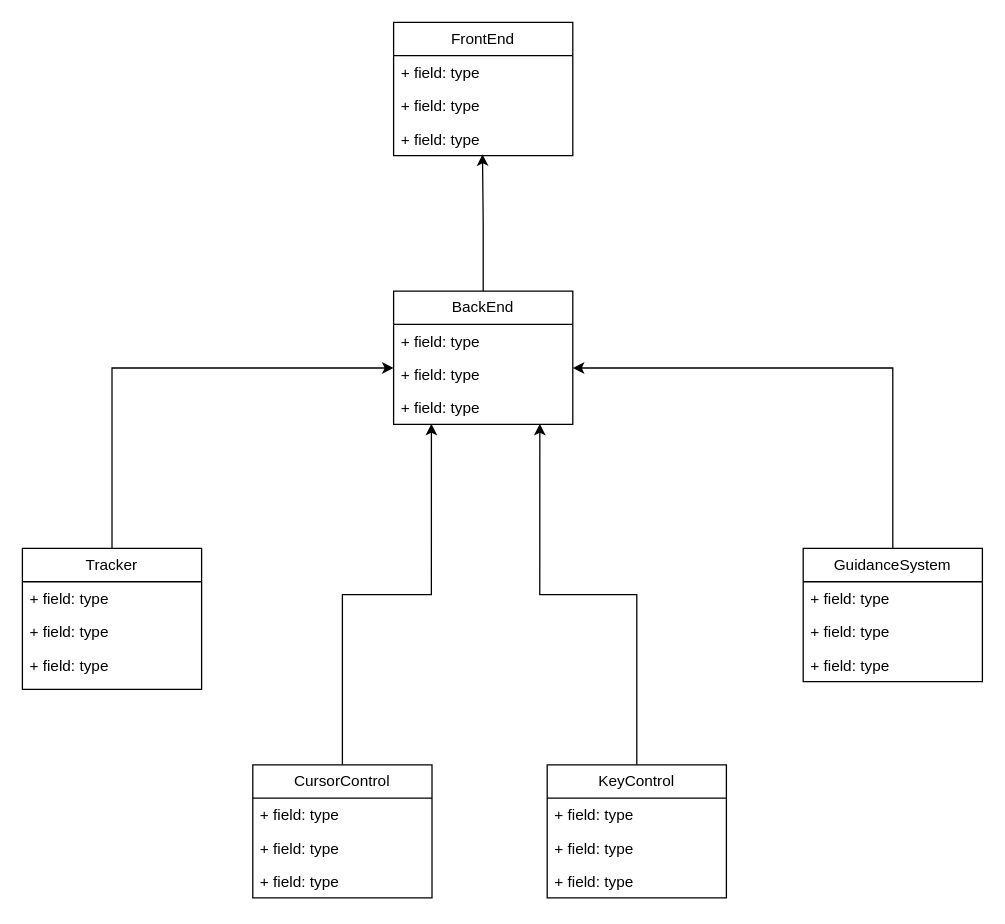
The draw.io diagram PGD_UML_CLASS.drawio in S-Khos/Precision-Guided-Loitering-Drone, before the edit. Source tidied: cells renumbered, new cells numbered last; positions are measured from the earlier drawing's top-left corner, leaving out a move shared by most shapes. Both pictures are drawn from the tidied source at 128%, with x=0, y=0 at pixel (22, 22).
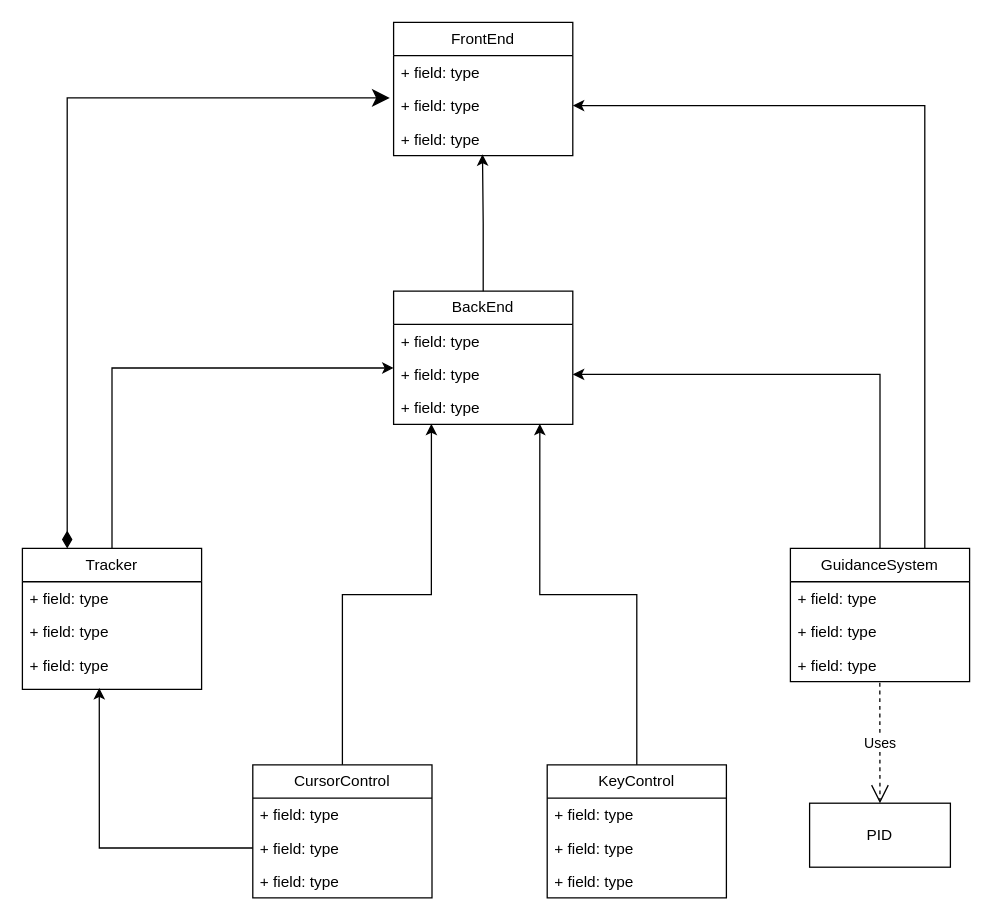
Above is the later version.

The change refers to these unchanged cells:
```xml
<mxCell id="5" value="+ field: type" style="text;strokeColor=none;fillColor=none;align=left;verticalAlign=top;spacingLeft=4;spacingRight=4;overflow=hidden;points=[[0,0.5],[1,0.5]];portConstraint=eastwest;whiteSpace=wrap;html=1;" parent="3" vertex="1">
  <mxGeometry y="52" width="140" height="26" as="geometry" />
</mxCell>
<mxCell id="9" value="+ field: type" style="text;strokeColor=none;fillColor=none;align=left;verticalAlign=top;spacingLeft=4;spacingRight=4;overflow=hidden;points=[[0,0.5],[1,0.5]];portConstraint=eastwest;whiteSpace=wrap;html=1;" parent="7" vertex="1">
  <mxGeometry y="52" width="140" height="26" as="geometry" />
</mxCell>
<mxCell id="12" value="Tracker" style="swimlane;fontStyle=0;horizontal=1;startSize=26;fillColor=none;whiteSpace=wrap;html=1;" parent="1" vertex="1">
  <mxGeometry y="411" width="140" height="110" as="geometry" />
</mxCell>
<mxCell id="15" value="+ field: type" style="text;strokeColor=none;fillColor=none;align=left;verticalAlign=top;spacingLeft=4;spacingRight=4;overflow=hidden;points=[[0,0.5],[1,0.5]];portConstraint=eastwest;whiteSpace=wrap;html=1;" parent="12" vertex="1">
  <mxGeometry y="78" width="140" height="32" as="geometry" />
</mxCell>
<mxCell id="20" value="+ field: type" style="text;strokeColor=none;fillColor=none;align=left;verticalAlign=top;spacingLeft=4;spacingRight=4;overflow=hidden;points=[[0,0.5],[1,0.5]];portConstraint=eastwest;whiteSpace=wrap;html=1;" parent="17" vertex="1">
  <mxGeometry y="78" width="140" height="26" as="geometry" />
</mxCell>
<mxCell id="29" value="+ field: type" style="text;strokeColor=none;fillColor=none;align=left;verticalAlign=top;spacingLeft=4;spacingRight=4;overflow=hidden;points=[[0,0.5],[1,0.5]];portConstraint=eastwest;whiteSpace=wrap;html=1;" parent="27" vertex="1">
  <mxGeometry y="52" width="140" height="26" as="geometry" />
</mxCell>
```

Diff of the diagram source:
```diff
@@
+    <mxCell id="31" style="edgeStyle=orthogonalEdgeStyle;rounded=0;jettySize=auto;html=1;exitX=0.25;exitY=0;exitDx=0;exitDy=0;entryX=-0.021;entryY=0.269;entryDx=0;entryDy=0;entryPerimeter=0;startArrow=diamondThin;startFill=1;endSize=11;startSize=11;" parent="1" edge="1" source="12" target="9">
+      <mxGeometry relative="1" as="geometry" />
+    </mxCell>
@@
-    <mxCell id="16" style="edgeStyle=orthogonalEdgeStyle;rounded=0;jettySize=auto;html=1;exitX=0.5;exitY=0;exitDx=0;exitDy=0;" parent="1" edge="1" source="17">
-      <mxGeometry relative="1" as="geometry">
-        <mxPoint x="430" y="270" as="targetPoint" />
-        <Array as="points">
-          <mxPoint x="680" y="270" />
-        </Array>
-      </mxGeometry>
-    </mxCell>
+    <mxCell id="32" style="edgeStyle=orthogonalEdgeStyle;rounded=0;jettySize=auto;html=1;exitX=0.75;exitY=0;exitDx=0;exitDy=0;entryX=1;entryY=0.5;entryDx=0;entryDy=0;" parent="1" edge="1" source="17" target="9">
+      <mxGeometry relative="1" as="geometry" />
+    </mxCell>
+    <mxCell id="33" style="edgeStyle=orthogonalEdgeStyle;rounded=0;jettySize=auto;html=1;exitX=0.5;exitY=0;exitDx=0;exitDy=0;" parent="1" edge="1" source="17" target="5">
+      <mxGeometry relative="1" as="geometry" />
+    </mxCell>
     <mxCell id="17" value="GuidanceSystem" style="swimlane;fontStyle=0;horizontal=1;startSize=26;fillColor=none;whiteSpace=wrap;html=1;" parent="1" vertex="1">
-      <mxGeometry x="610" y="411" width="140" height="104" as="geometry" />
+      <mxGeometry x="600" y="411" width="140" height="104" as="geometry" />
     </mxCell>
@@
+    <mxCell id="34" style="edgeStyle=orthogonalEdgeStyle;rounded=0;jettySize=auto;html=1;entryX=0.429;entryY=0.969;entryDx=0;entryDy=0;entryPerimeter=0;" parent="1" edge="1" source="29" target="15">
+      <mxGeometry relative="1" as="geometry" />
+    </mxCell>
+    <mxCell id="35" value="PID" style="html=1;whiteSpace=wrap;" parent="1" vertex="1">
+      <mxGeometry x="615" y="610" width="110" height="50" as="geometry" />
+    </mxCell>
+    <mxCell id="36" value="Uses" style="endArrow=open;endSize=12;dashed=1;html=1;rounded=0;exitX=0.499;exitY=1.038;exitDx=0;exitDy=0;exitPerimeter=0;" parent="1" edge="1" source="20" target="35">
+      <mxGeometry relative="1" as="geometry" />
+    </mxCell>
```
